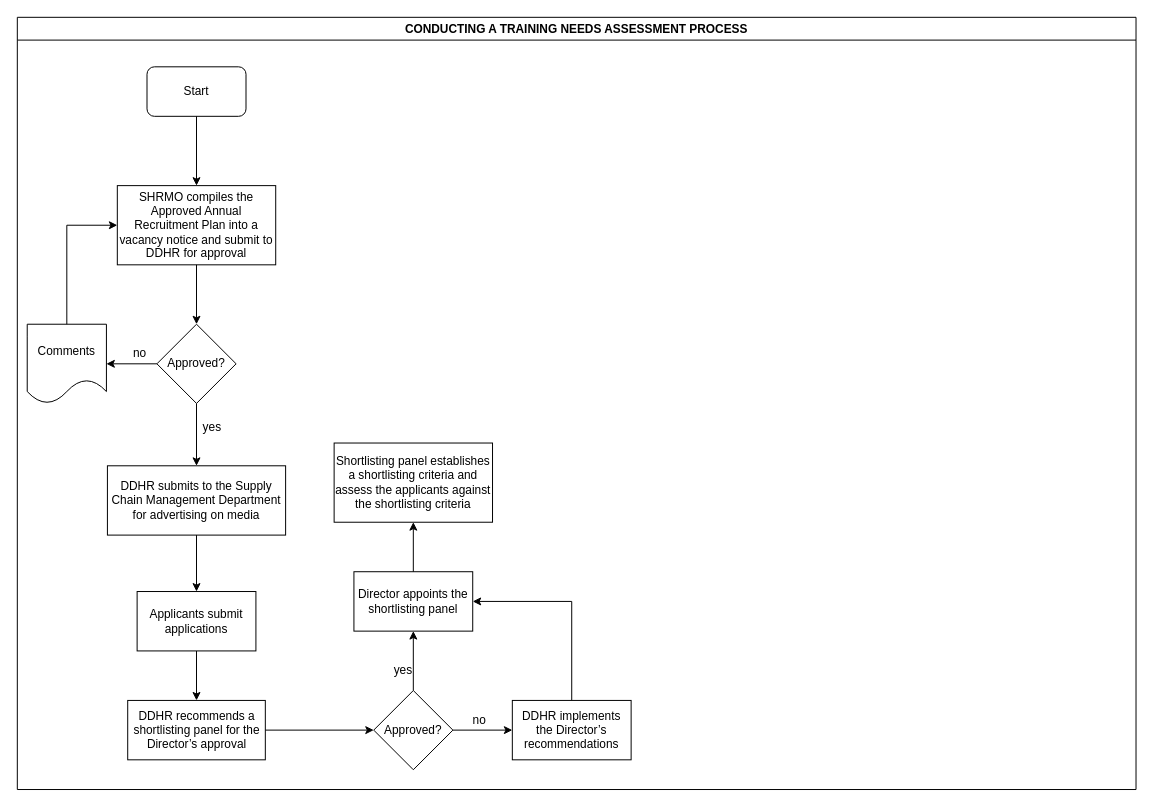
Before: KEFRI-HR-RECRUITMENT AND SELECTION PROCESS.drawio in kmagua/flowcharts, a draw.io diagram. Source tidied: cells renumbered, new cells numbered last; positions are measured from the earlier drawing's top-left corner, leaving out a move shared by most shapes. Both pictures are drawn from the tidied source at 99%, with x=0, y=0 at pixel (17, 17).
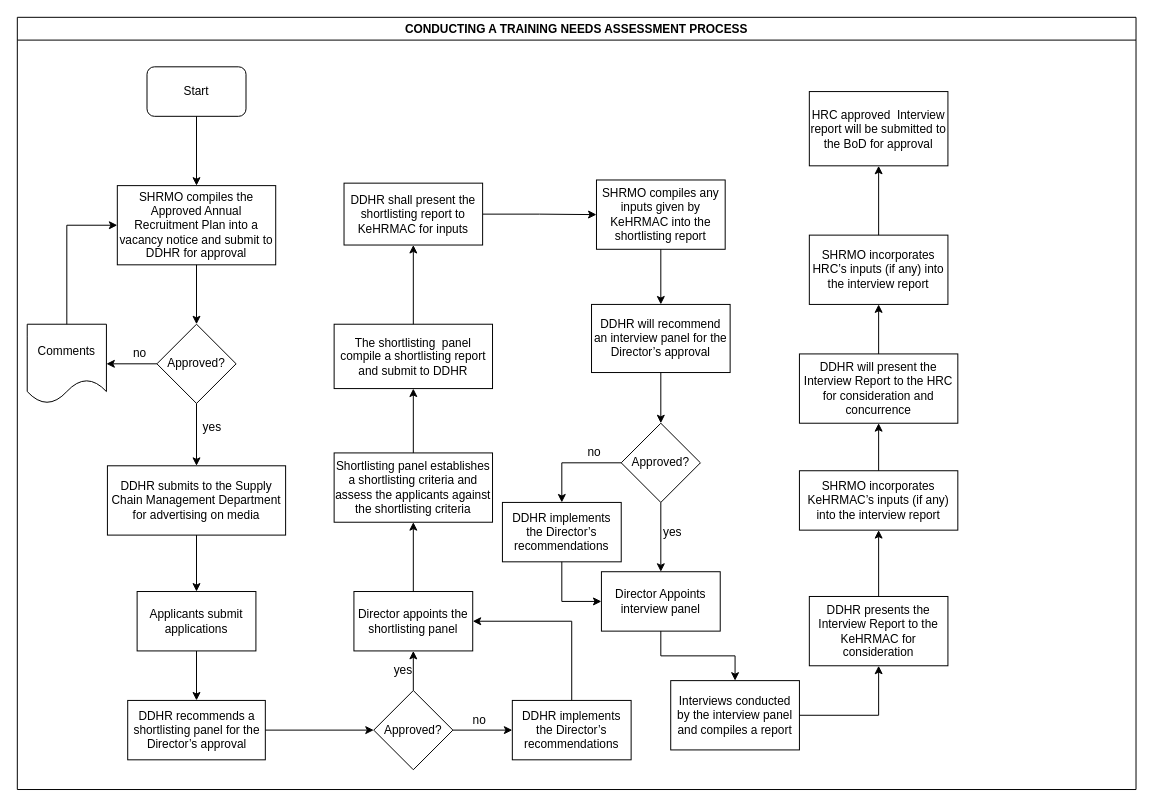
The same diagram, later.

Unchanged cells that the change refers to:
```xml
<mxCell id="2" value="CONDUCTING A TRAINING NEEDS ASSESSMENT PROCESS" style="swimlane;" parent="1" vertex="1">
  <mxGeometry width="1130" height="780" as="geometry" />
</mxCell>
<mxCell id="27" value="DDHR implements the Director’s recommendations" style="whiteSpace=wrap;html=1;rounded=0;" parent="1" vertex="1">
  <mxGeometry x="500" y="690" width="120" height="60" as="geometry" />
</mxCell>
```

The edit, as a diff of the source:
```diff
@@
     <mxCell id="12" value="Director appoints the shortlisting panel" style="whiteSpace=wrap;html=1;rounded=0;" parent="2" vertex="1">
-      <mxGeometry x="340" y="560" width="120" height="60" as="geometry" />
+      <mxGeometry x="340" y="580" width="120" height="60" as="geometry" />
     </mxCell>
@@
     <mxCell id="17" value="Shortlisting panel establishes a shortlisting criteria and assess the applicants against the shortlisting criteria" style="whiteSpace=wrap;html=1;rounded=0;" parent="2" vertex="1">
-      <mxGeometry x="320" y="430" width="160" height="80" as="geometry" />
+      <mxGeometry x="320" y="440" width="160" height="70" as="geometry" />
     </mxCell>
@@
+    <mxCell id="30" value="The shortlisting&amp;nbsp; panel compile a shortlisting report and submit to DDHR" style="whiteSpace=wrap;html=1;rounded=0;" parent="2" vertex="1">
+      <mxGeometry x="320" y="310" width="160" height="65" as="geometry" />
+    </mxCell>
+    <mxCell id="31" style="edgeStyle=orthogonalEdgeStyle;rounded=0;jettySize=auto;html=1;" parent="2" edge="1" source="17" target="30">
+      <mxGeometry relative="1" as="geometry" />
+    </mxCell>
+    <mxCell id="32" value="SHRMO compiles any inputs given by KeHRMAC into the shortlisting report" style="whiteSpace=wrap;html=1;rounded=0;" parent="2" vertex="1">
+      <mxGeometry x="585" y="164.3" width="130" height="70" as="geometry" />
+    </mxCell>
+    <mxCell id="33" value="DDHR will recommend an interview panel for the Director’s approval" style="whiteSpace=wrap;html=1;rounded=0;" parent="2" vertex="1">
+      <mxGeometry x="580" y="290" width="140" height="68.8" as="geometry" />
+    </mxCell>
+    <mxCell id="34" style="edgeStyle=orthogonalEdgeStyle;rounded=0;jettySize=auto;html=1;" parent="2" edge="1" source="32" target="33">
+      <mxGeometry relative="1" as="geometry" />
+    </mxCell>
+    <mxCell id="35" value="Approved?" style="rhombus;whiteSpace=wrap;html=1;rounded=0;" parent="2" vertex="1">
+      <mxGeometry x="610" y="410" width="80" height="80" as="geometry" />
+    </mxCell>
+    <mxCell id="36" style="edgeStyle=orthogonalEdgeStyle;rounded=0;jettySize=auto;html=1;" parent="2" edge="1" source="33" target="35">
+      <mxGeometry relative="1" as="geometry" />
+    </mxCell>
+    <mxCell id="37" value="Director Appoints interview panel" style="whiteSpace=wrap;html=1;rounded=0;" parent="2" vertex="1">
+      <mxGeometry x="590" y="560" width="120" height="60" as="geometry" />
+    </mxCell>
+    <mxCell id="38" style="edgeStyle=orthogonalEdgeStyle;rounded=0;jettySize=auto;html=1;" parent="2" edge="1" source="35" target="37">
+      <mxGeometry relative="1" as="geometry" />
+    </mxCell>
+    <mxCell id="39" value="yes" style="text;html=1;strokeColor=none;fillColor=none;align=center;verticalAlign=middle;whiteSpace=wrap;rounded=0;" parent="2" vertex="1">
+      <mxGeometry x="642" y="510" width="40" height="20" as="geometry" />
+    </mxCell>
+    <mxCell id="40" value="no" style="text;html=1;strokeColor=none;fillColor=none;align=center;verticalAlign=middle;whiteSpace=wrap;rounded=0;" parent="2" vertex="1">
+      <mxGeometry x="563" y="430" width="40" height="20" as="geometry" />
+    </mxCell>
+    <mxCell id="41" value="DDHR implements the Director’s recommendations" style="whiteSpace=wrap;html=1;rounded=0;" parent="2" vertex="1">
+      <mxGeometry x="490" y="490" width="120" height="60" as="geometry" />
+    </mxCell>
+    <mxCell id="42" style="edgeStyle=orthogonalEdgeStyle;rounded=0;jettySize=auto;html=1;exitX=0;exitY=0.5;exitDx=0;exitDy=0;" parent="2" edge="1" source="35" target="41">
+      <mxGeometry relative="1" as="geometry" />
+    </mxCell>
+    <mxCell id="43" style="edgeStyle=orthogonalEdgeStyle;rounded=0;jettySize=auto;html=1;entryX=0;entryY=0.5;entryDx=0;entryDy=0;" parent="2" edge="1" source="41" target="37">
+      <mxGeometry relative="1" as="geometry">
+        <Array as="points">
+          <mxPoint x="550" y="590" />
+        </Array>
+      </mxGeometry>
+    </mxCell>
+    <mxCell id="44" value="Interviews conducted by the interview panel and compiles a report" style="whiteSpace=wrap;html=1;rounded=0;" parent="2" vertex="1">
+      <mxGeometry x="660" y="670" width="130" height="70" as="geometry" />
+    </mxCell>
+    <mxCell id="45" style="edgeStyle=orthogonalEdgeStyle;rounded=0;jettySize=auto;html=1;" parent="2" edge="1" source="37" target="44">
+      <mxGeometry relative="1" as="geometry" />
+    </mxCell>
+    <mxCell id="46" value="DDHR presents the Interview Report to the KeHRMAC for consideration" style="whiteSpace=wrap;html=1;rounded=0;" parent="2" vertex="1">
+      <mxGeometry x="800" y="585" width="140" height="70" as="geometry" />
+    </mxCell>
+    <mxCell id="47" style="edgeStyle=orthogonalEdgeStyle;rounded=0;jettySize=auto;html=1;exitX=1;exitY=0.5;exitDx=0;exitDy=0;" parent="2" edge="1" source="44" target="46">
+      <mxGeometry relative="1" as="geometry" />
+    </mxCell>
+    <mxCell id="48" value="SHRMO incorporates KeHRMAC’s inputs (if any) into the interview report" style="whiteSpace=wrap;html=1;rounded=0;" parent="2" vertex="1">
+      <mxGeometry x="790" y="458" width="160" height="60" as="geometry" />
+    </mxCell>
+    <mxCell id="49" style="edgeStyle=orthogonalEdgeStyle;rounded=0;jettySize=auto;html=1;" parent="2" edge="1" source="46" target="48">
+      <mxGeometry relative="1" as="geometry" />
+    </mxCell>
+    <mxCell id="50" value="DDHR will present the Interview Report to the HRC for consideration and concurrence" style="whiteSpace=wrap;html=1;rounded=0;" parent="2" vertex="1">
+      <mxGeometry x="790" y="340" width="160" height="70" as="geometry" />
+    </mxCell>
+    <mxCell id="51" style="edgeStyle=orthogonalEdgeStyle;rounded=0;jettySize=auto;html=1;" parent="2" edge="1" source="48" target="50">
+      <mxGeometry relative="1" as="geometry" />
+    </mxCell>
+    <mxCell id="52" value="SHRMO incorporates HRC’s inputs (if any) into the interview report" style="whiteSpace=wrap;html=1;rounded=0;" parent="2" vertex="1">
+      <mxGeometry x="800" y="220" width="140" height="70" as="geometry" />
+    </mxCell>
+    <mxCell id="53" style="edgeStyle=orthogonalEdgeStyle;rounded=0;jettySize=auto;html=1;" parent="2" edge="1" source="50" target="52">
+      <mxGeometry relative="1" as="geometry" />
+    </mxCell>
@@
     <mxCell id="26" style="edgeStyle=orthogonalEdgeStyle;rounded=0;jettySize=auto;html=1;entryX=1;entryY=0.5;entryDx=0;entryDy=0;exitX=0.5;exitY=0;exitDx=0;exitDy=0;" parent="1" edge="1" source="27" target="12">
       <mxGeometry relative="1" as="geometry">
         <Array as="points">
-          <mxPoint x="560" y="590" />
+          <mxPoint x="560" y="610" />
         </Array>
       </mxGeometry>
     </mxCell>
@@
+    <mxCell id="54" style="edgeStyle=orthogonalEdgeStyle;rounded=0;jettySize=auto;html=1;" parent="1" edge="1" source="55" target="32">
+      <mxGeometry relative="1" as="geometry" />
+    </mxCell>
+    <mxCell id="55" value="DDHR shall present the shortlisting report to KeHRMAC for inputs " style="whiteSpace=wrap;html=1;rounded=0;" parent="1" vertex="1">
+      <mxGeometry x="330" y="167.5" width="140" height="62.5" as="geometry" />
+    </mxCell>
+    <mxCell id="56" style="edgeStyle=orthogonalEdgeStyle;rounded=0;jettySize=auto;html=1;" parent="1" edge="1" source="30" target="55">
+      <mxGeometry relative="1" as="geometry" />
+    </mxCell>
+    <mxCell id="57" value="HRC approved&amp;nbsp; Interview report will be submitted to the BoD for approval" style="whiteSpace=wrap;html=1;rounded=0;" parent="1" vertex="1">
+      <mxGeometry x="800" y="75" width="140" height="75" as="geometry" />
+    </mxCell>
+    <mxCell id="58" style="edgeStyle=orthogonalEdgeStyle;rounded=0;jettySize=auto;html=1;" parent="1" edge="1" source="52" target="57">
+      <mxGeometry relative="1" as="geometry" />
+    </mxCell>
```
